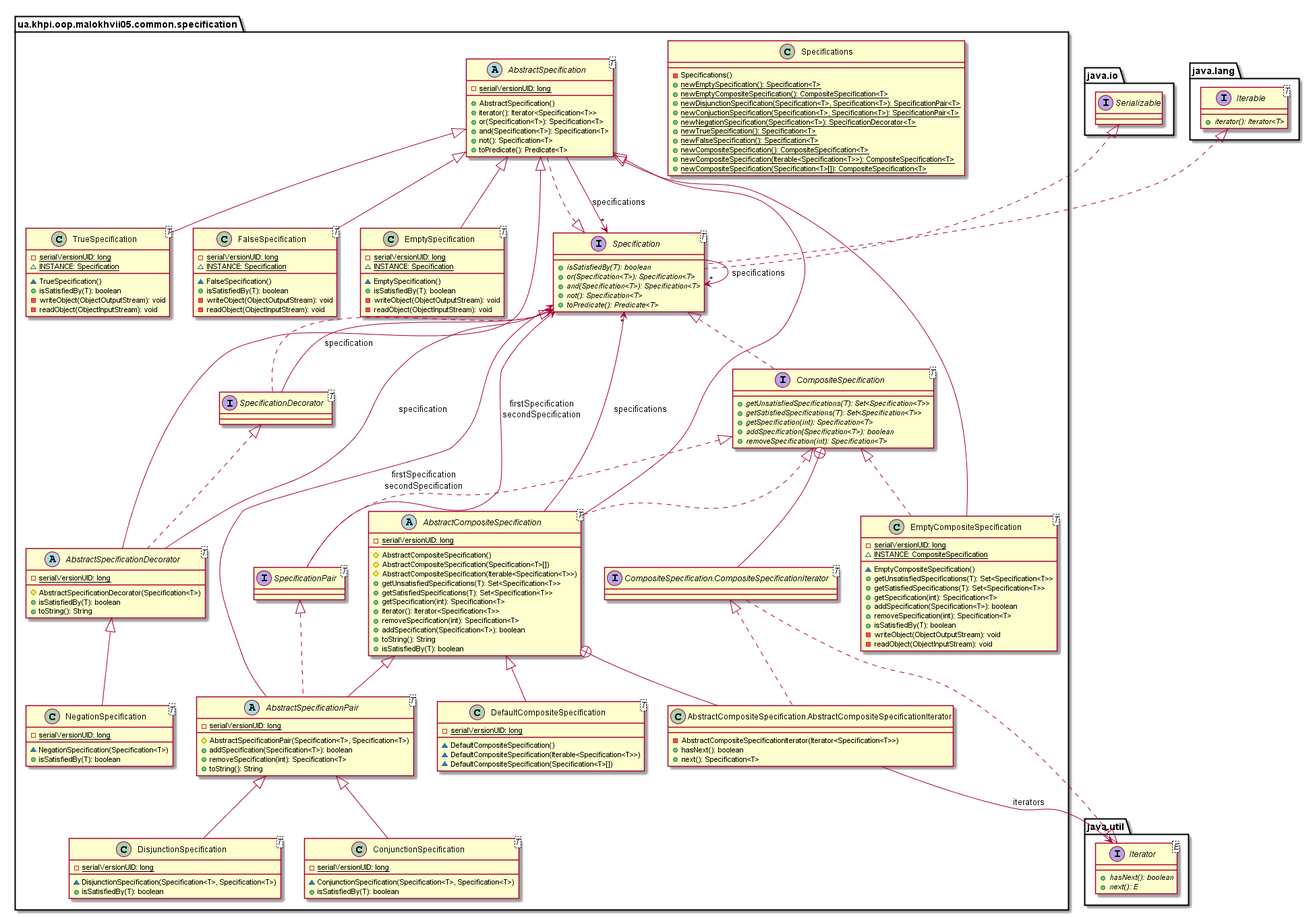
The PlantUML diagram malokhvii-eduard/malokhvii05/doc/plantuml/png/ua.khpi.oop.malokhvii05.common.specification.package.png in P-Kalin/kit26a, before a commit.
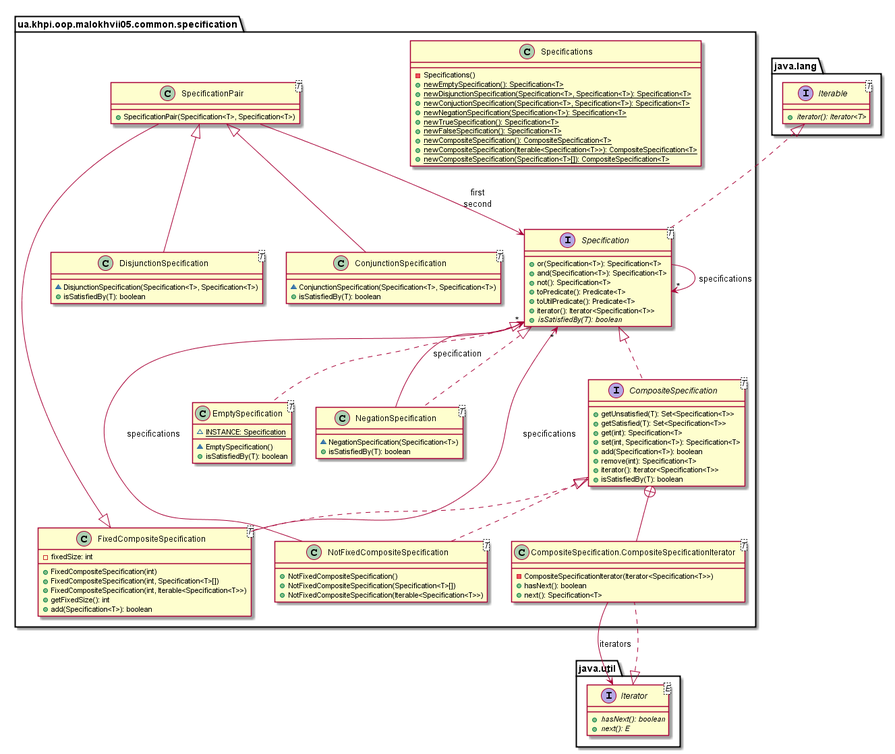
The same file after the commit.

What changed in the source:
```diff
@@ -2,22 +2,12 @@
 
     namespace ua.khpi.oop.malokhvii05.common.specification {
 
-        class TrueSpecification<T> {
-            {static} -serialVersionUID: long
-            {static} ~INSTANCE: Specification
-            ~TrueSpecification()
-            +isSatisfiedBy(T): boolean
-            -writeObject(ObjectOutputStream): void
-            -readObject(ObjectInputStream): void
-        }
-
         class Specifications {
             -Specifications()
             {static} +newEmptySpecification(): Specification<T>
-            {static} +newEmptyCompositeSpecification(): CompositeSpecification<T>
-            {static} +newDisjunctionSpecification(Specification<T>, Specification<T>): SpecificationPair<T>
-            {static} +newConjuctionSpecification(Specification<T>, Specification<T>): SpecificationPair<T>
-            {static} +newNegationSpecification(Specification<T>): SpecificationDecorator<T>
+            {static} +newDisjunctionSpecification(Specification<T>, Specification<T>): Specification<T>
+            {static} +newConjuctionSpecification(Specification<T>, Specification<T>): Specification<T>
+            {static} +newNegationSpecification(Specification<T>): Specification<T>
             {static} +newTrueSpecification(): Specification<T>
             {static} +newFalseSpecification(): Specification<T>
             {static} +newCompositeSpecification(): CompositeSpecification<T>
@@ -25,163 +15,91 @@
             {static} +newCompositeSpecification(Specification<T>[]): CompositeSpecification<T>
         }
 
-        interface SpecificationPair<T> {
-        }
-
-        interface SpecificationDecorator<T> {
+        class SpecificationPair<T> {
+            +SpecificationPair(Specification<T>, Specification<T>)
         }
 
         interface Specification<T> {
+            +or(Specification<T>): Specification<T>
+            +and(Specification<T>): Specification<T>
+            +not(): Specification<T>
+            +toPredicate(): Predicate<T>
+            +toUtilPredicate(): Predicate<T>
+            +iterator(): Iterator<Specification<T>>
             {abstract} +isSatisfiedBy(T): boolean
-            {abstract} +or(Specification<T>): Specification<T>
-            {abstract} +and(Specification<T>): Specification<T>
-            {abstract} +not(): Specification<T>
-            {abstract} +toPredicate(): Predicate<T>
+        }
+
+        class NotFixedCompositeSpecification<T> {
+            +NotFixedCompositeSpecification()
+            +NotFixedCompositeSpecification(Specification<T>[])
+            +NotFixedCompositeSpecification(Iterable<Specification<T>>)
         }
 
         class NegationSpecification<T> {
-            {static} -serialVersionUID: long
             ~NegationSpecification(Specification<T>)
             +isSatisfiedBy(T): boolean
         }
 
-        class FalseSpecification<T> {
-            {static} -serialVersionUID: long
-            {static} ~INSTANCE: Specification
-            ~FalseSpecification()
-            +isSatisfiedBy(T): boolean
-            -writeObject(ObjectOutputStream): void
-            -readObject(ObjectInputStream): void
+        class FixedCompositeSpecification<T> {
+            -fixedSize: int
+            +FixedCompositeSpecification(int)
+            +FixedCompositeSpecification(int, Specification<T>[])
+            +FixedCompositeSpecification(int, Iterable<Specification<T>>)
+            +getFixedSize(): int
+            +add(Specification<T>): boolean
         }
 
         class EmptySpecification<T> {
-            {static} -serialVersionUID: long
             {static} ~INSTANCE: Specification
             ~EmptySpecification()
             +isSatisfiedBy(T): boolean
-            -writeObject(ObjectOutputStream): void
-            -readObject(ObjectInputStream): void
-        }
-
-        class EmptyCompositeSpecification<T> {
-            {static} -serialVersionUID: long
-            {static} ~INSTANCE: CompositeSpecification
-            ~EmptyCompositeSpecification()
-            +getUnsatisfiedSpecifications(T): Set<Specification<T>>
-            +getSatisfiedSpecifications(T): Set<Specification<T>>
-            +getSpecification(int): Specification<T>
-            +addSpecification(Specification<T>): boolean
-            +removeSpecification(int): Specification<T>
-            +isSatisfiedBy(T): boolean
-            -writeObject(ObjectOutputStream): void
-            -readObject(ObjectInputStream): void
         }
 
         class DisjunctionSpecification<T> {
-            {static} -serialVersionUID: long
             ~DisjunctionSpecification(Specification<T>, Specification<T>)
             +isSatisfiedBy(T): boolean
         }
 
-        class DefaultCompositeSpecification<T> {
-            {static} -serialVersionUID: long
-            ~DefaultCompositeSpecification()
-            ~DefaultCompositeSpecification(Iterable<Specification<T>>)
-            ~DefaultCompositeSpecification(Specification<T>[])
-        }
-
         class ConjunctionSpecification<T> {
-            {static} -serialVersionUID: long
             ~ConjunctionSpecification(Specification<T>, Specification<T>)
             +isSatisfiedBy(T): boolean
         }
 
         interface CompositeSpecification<T> {
-            {abstract} +getUnsatisfiedSpecifications(T): Set<Specification<T>>
-            {abstract} +getSatisfiedSpecifications(T): Set<Specification<T>>
-            {abstract} +getSpecification(int): Specification<T>
-            {abstract} +addSpecification(Specification<T>): boolean
-            {abstract} +removeSpecification(int): Specification<T>
-        }
-
-        interface ua.khpi.oop.malokhvii05.common.specification.CompositeSpecification.CompositeSpecificationIterator<T> {
-        }
-
-        abstract class AbstractSpecificationPair<T> {
-            {static} -serialVersionUID: long
-            #AbstractSpecificationPair(Specification<T>, Specification<T>)
-            +addSpecification(Specification<T>): boolean
-            +removeSpecification(int): Specification<T>
-            +toString(): String
-        }
-
-        abstract class AbstractSpecificationDecorator<T> {
-            {static} -serialVersionUID: long
-            #AbstractSpecificationDecorator(Specification<T>)
-            +isSatisfiedBy(T): boolean
-            +toString(): String
-        }
-
-        abstract class AbstractSpecification<T> {
-            {static} -serialVersionUID: long
-            +AbstractSpecification()
+            +getUnsatisfied(T): Set<Specification<T>>
+            +getSatisfied(T): Set<Specification<T>>
+            +get(int): Specification<T>
+            +set(int, Specification<T>): Specification<T>
+            +add(Specification<T>): boolean
+            +remove(int): Specification<T>
             +iterator(): Iterator<Specification<T>>
-            +or(Specification<T>): Specification<T>
-            +and(Specification<T>): Specification<T>
-            +not(): Specification<T>
-            +toPredicate(): Predicate<T>
-        }
-
-        abstract class AbstractCompositeSpecification<T> {
-            {static} -serialVersionUID: long
-            #AbstractCompositeSpecification()
-            #AbstractCompositeSpecification(Specification<T>[])
-            #AbstractCompositeSpecification(Iterable<Specification<T>>)
-            +getUnsatisfiedSpecifications(T): Set<Specification<T>>
-            +getSatisfiedSpecifications(T): Set<Specification<T>>
-            +getSpecification(int): Specification<T>
-            +iterator(): Iterator<Specification<T>>
-            +removeSpecification(int): Specification<T>
-            +addSpecification(Specification<T>): boolean
-            +toString(): String
             +isSatisfiedBy(T): boolean
         }
 
-        class ua.khpi.oop.malokhvii05.common.specification.AbstractCompositeSpecification.AbstractCompositeSpecificationIterator {
-            -AbstractCompositeSpecificationIterator(Iterator<Specification<T>>)
+        class ua.khpi.oop.malokhvii05.common.specification.CompositeSpecification.CompositeSpecificationIterator<T> {
+            -CompositeSpecificationIterator(Iterator<Specification<T>>)
             +hasNext(): boolean
             +next(): Specification<T>
         }
 
-        AbstractSpecification <|-- TrueSpecification
-
-        CompositeSpecification <|.. SpecificationPair
-
-        Specification <|.. SpecificationDecorator
-
-        interface java.io.Serializable
-        java.io.Serializable <|.. Specification
+        FixedCompositeSpecification <|-- SpecificationPair
 
         interface java.lang.Iterable<T> {
             {abstract} +iterator(): Iterator<T>
         }
         java.lang.Iterable <|.. Specification
 
-        AbstractSpecificationDecorator <|-- NegationSpecification
+        CompositeSpecification <|.. NotFixedCompositeSpecification
 
-        AbstractSpecification <|-- FalseSpecification
+        Specification <|.. NegationSpecification
 
-        AbstractSpecification <|-- EmptySpecification
+        CompositeSpecification <|.. FixedCompositeSpecification
 
-        AbstractSpecification <|-- EmptyCompositeSpecification
+        Specification <|.. EmptySpecification
 
-        CompositeSpecification <|.. EmptyCompositeSpecification
+        SpecificationPair <|-- DisjunctionSpecification
 
-        AbstractSpecificationPair <|-- DisjunctionSpecification
-
-        AbstractCompositeSpecification <|-- DefaultCompositeSpecification
-
-        AbstractSpecificationPair <|-- ConjunctionSpecification
+        SpecificationPair <|-- ConjunctionSpecification
 
         Specification <|.. CompositeSpecification
 
@@ -193,39 +111,17 @@
 
         CompositeSpecification +-- ua.khpi.oop.malokhvii05.common.specification.CompositeSpecification.CompositeSpecificationIterator
 
-        AbstractCompositeSpecification <|-- AbstractSpecificationPair
-
-        SpecificationPair <|.. AbstractSpecificationPair
-
-        AbstractSpecification <|-- AbstractSpecificationDecorator
-
-        SpecificationDecorator <|.. AbstractSpecificationDecorator
-
-        Specification <|.. AbstractSpecification
-
-        AbstractSpecification <|-- AbstractCompositeSpecification
-
-        CompositeSpecification <|.. AbstractCompositeSpecification
-
-        ua.khpi.oop.malokhvii05.common.specification.CompositeSpecification.CompositeSpecificationIterator <|.. ua.khpi.oop.malokhvii05.common.specification.AbstractCompositeSpecification.AbstractCompositeSpecificationIterator
-
-        AbstractCompositeSpecification +-- ua.khpi.oop.malokhvii05.common.specification.AbstractCompositeSpecification.AbstractCompositeSpecificationIterator
-
-        SpecificationPair --> Specification: firstSpecification\nsecondSpecification
-
-        SpecificationDecorator --> Specification: specification
+        SpecificationPair --> Specification: first\nsecond
 
         Specification --> "*" Specification: specifications
 
-        AbstractSpecificationPair --> Specification: firstSpecification\nsecondSpecification
+        NotFixedCompositeSpecification --> "*" Specification: specifications
 
-        AbstractSpecificationDecorator --> Specification: specification
+        NegationSpecification --> Specification: specification
 
-        AbstractSpecification --> "*" Specification: specifications
+        FixedCompositeSpecification --> "*" Specification: specifications
 
-        AbstractCompositeSpecification --> "*" Specification: specifications
-
-        ua.khpi.oop.malokhvii05.common.specification.AbstractCompositeSpecification.AbstractCompositeSpecificationIterator --> "*" java.util.Iterator: iterators
+        ua.khpi.oop.malokhvii05.common.specification.CompositeSpecification.CompositeSpecificationIterator --> "*" java.util.Iterator: iterators
 
     }
 
```
